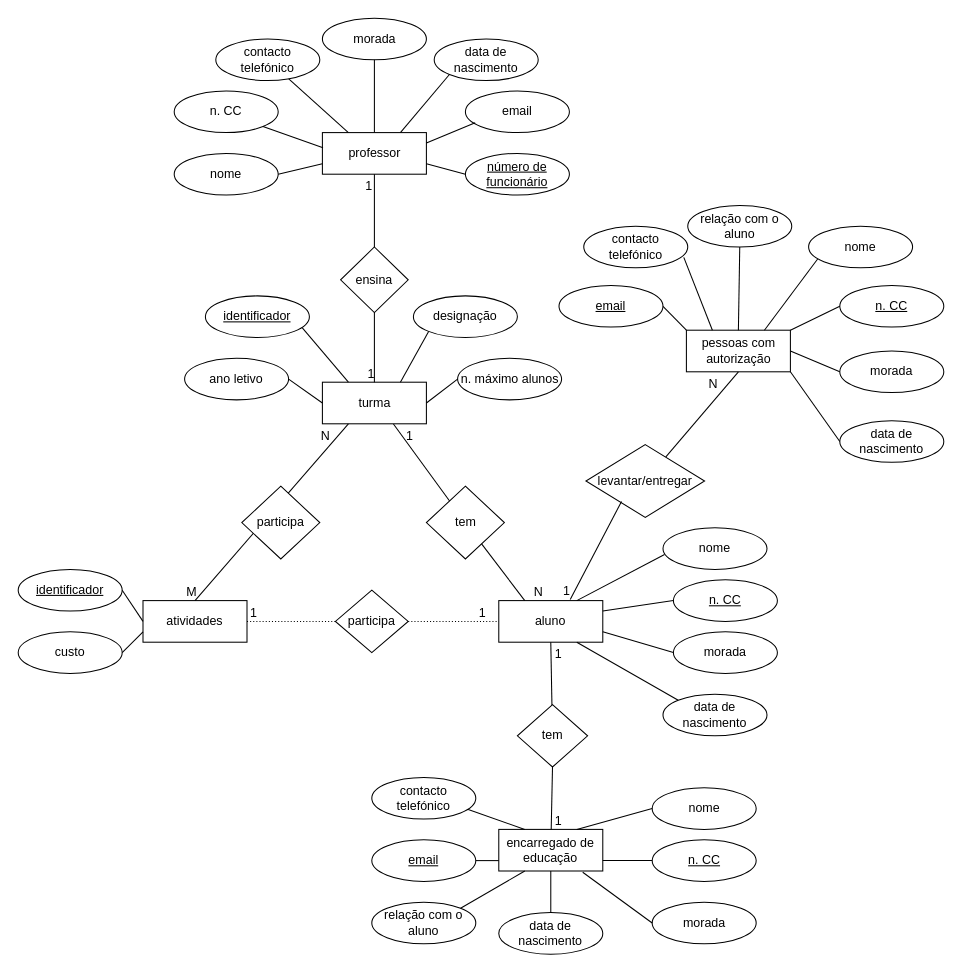
AnaSL-WRK/BD_2023 keeps this draw.io diagram as Lab02/ex04.drawio. Above is the earlier version. Source tidied: cells renumbered, new cells numbered last; positions are measured from the earlier drawing's top-left corner, leaving out a move shared by most shapes. Both pictures are drawn from the tidied source at 104%, with x=0, y=0 at pixel (18, 18).
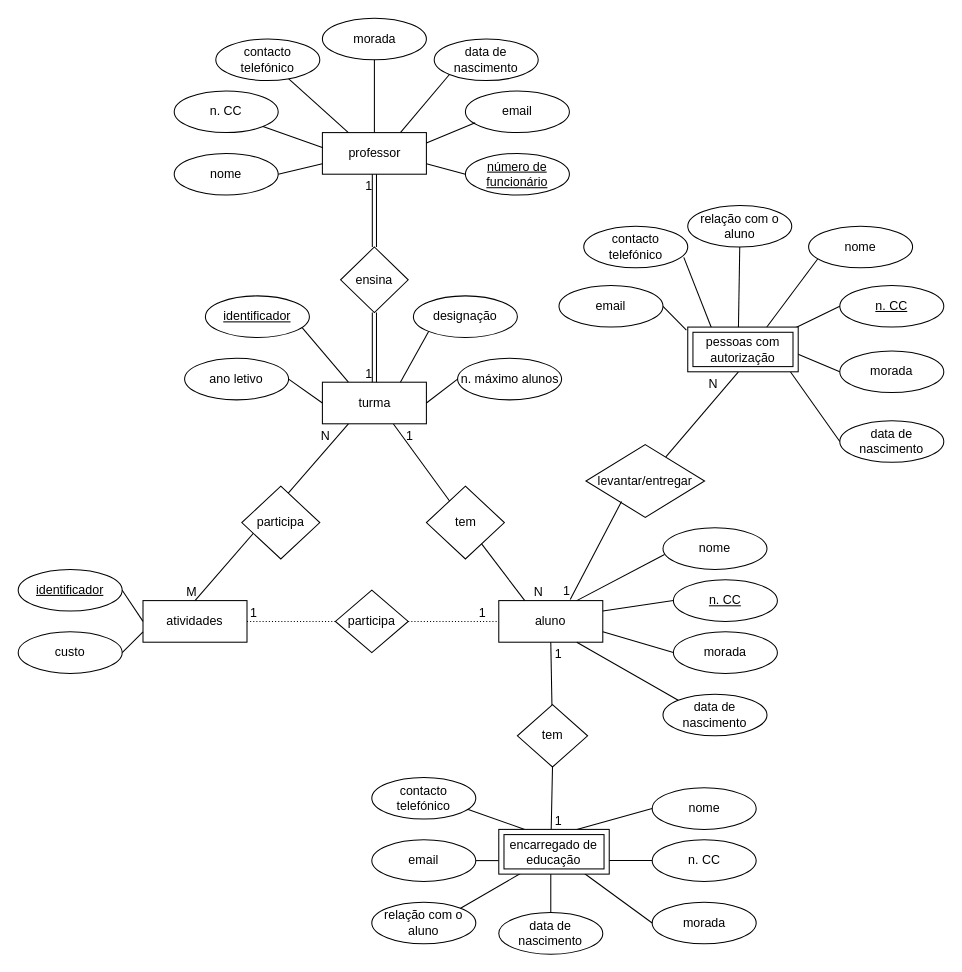
The same diagram, later.

Unchanged cells that the change refers to:
```xml
<mxCell id="2" value="turma" style="whiteSpace=wrap;html=1;align=center;" parent="1" vertex="1">
  <mxGeometry x="292.5" y="350" width="100" height="40" as="geometry" />
</mxCell>
<mxCell id="24" value="morada" style="ellipse;whiteSpace=wrap;html=1;align=center;" parent="1" vertex="1">
  <mxGeometry x="609.6" y="850" width="100" height="40" as="geometry" />
</mxCell>
<mxCell id="25" value="nome" style="ellipse;whiteSpace=wrap;html=1;align=center;" parent="1" vertex="1">
  <mxGeometry x="609.6" y="740" width="100" height="40" as="geometry" />
</mxCell>
<mxCell id="26" value="data de nascimento" style="ellipse;whiteSpace=wrap;html=1;align=center;" parent="1" vertex="1">
  <mxGeometry x="462.1" y="860" width="100" height="40" as="geometry" />
</mxCell>
<mxCell id="35" value="&lt;u&gt;n. CC&lt;/u&gt;" style="ellipse;whiteSpace=wrap;html=1;align=center;" parent="1" vertex="1">
  <mxGeometry x="790" y="257" width="100" height="40" as="geometry" />
</mxCell>
<mxCell id="36" value="morada" style="ellipse;whiteSpace=wrap;html=1;align=center;" parent="1" vertex="1">
  <mxGeometry x="790" y="320" width="100" height="40" as="geometry" />
</mxCell>
<mxCell id="37" value="nome" style="ellipse;whiteSpace=wrap;html=1;align=center;" parent="1" vertex="1">
  <mxGeometry x="760" y="200" width="100" height="40" as="geometry" />
</mxCell>
<mxCell id="38" value="data de nascimento" style="ellipse;whiteSpace=wrap;html=1;align=center;" parent="1" vertex="1">
  <mxGeometry x="790" y="387" width="100" height="40" as="geometry" />
</mxCell>
<mxCell id="47" value="levantar/entregar" style="rhombus;whiteSpace=wrap;html=1;" parent="1" vertex="1">
  <mxGeometry x="545.9" y="410" width="114.1" height="70" as="geometry" />
</mxCell>
<mxCell id="50" value="relação com o aluno" style="ellipse;whiteSpace=wrap;html=1;align=center;" parent="1" vertex="1">
  <mxGeometry x="340" y="850" width="100" height="40" as="geometry" />
</mxCell>
<mxCell id="51" value="relação com o aluno" style="ellipse;whiteSpace=wrap;html=1;align=center;" parent="1" vertex="1">
  <mxGeometry x="643.8" y="180" width="100" height="40" as="geometry" />
</mxCell>
<mxCell id="59" value="professor" style="whiteSpace=wrap;html=1;align=center;" parent="1" vertex="1">
  <mxGeometry x="292.5" y="110" width="100" height="40" as="geometry" />
</mxCell>
<mxCell id="76" value="ensina" style="rhombus;whiteSpace=wrap;html=1;" parent="1" vertex="1">
  <mxGeometry x="310" y="220" width="65" height="63" as="geometry" />
</mxCell>
<mxCell id="83" value="tem" style="rhombus;whiteSpace=wrap;html=1;" parent="1" vertex="1">
  <mxGeometry x="480" y="660" width="67.5" height="60" as="geometry" />
</mxCell>
```

What changed in the source:
```diff
@@
-    <mxCell id="18" value="encarregado de educação" style="whiteSpace=wrap;html=1;align=center;" parent="1" vertex="1">
-      <mxGeometry x="462.1" y="780" width="100" height="40" as="geometry" />
-    </mxCell>
-    <mxCell id="19" style="endArrow=none;html=1;rounded=0;exitX=0.5;exitY=1;exitDx=0;exitDy=0;startArrow=none;" parent="1" edge="1" source="83" target="18">
-      <mxGeometry relative="1" as="geometry" />
+    <mxCell id="19" style="endArrow=none;html=1;rounded=0;exitX=0.5;exitY=1;exitDx=0;exitDy=0;startArrow=none;" parent="1" edge="1" source="83">
+      <mxGeometry relative="1" as="geometry">
+        <mxPoint x="512.5" y="780" as="targetPoint" />
+      </mxGeometry>
     </mxCell>
@@
-    <mxCell id="22" value="&lt;u&gt;email&lt;/u&gt;" style="ellipse;whiteSpace=wrap;html=1;align=center;" parent="1" vertex="1">
+    <mxCell id="22" value="email" style="ellipse;whiteSpace=wrap;html=1;align=center;" parent="1" vertex="1">
       <mxGeometry x="340" y="790" width="100" height="40" as="geometry" />
     </mxCell>
-    <mxCell id="23" value="&lt;u&gt;n. CC&lt;/u&gt;" style="ellipse;whiteSpace=wrap;html=1;align=center;" parent="1" vertex="1">
+    <mxCell id="23" value="n. CC" style="ellipse;whiteSpace=wrap;html=1;align=center;" parent="1" vertex="1">
       <mxGeometry x="609.6" y="790" width="100" height="40" as="geometry" />
     </mxCell>
@@
-    <mxCell id="27" style="endArrow=none;html=1;rounded=0;exitX=0;exitY=0.5;exitDx=0;exitDy=0;entryX=0.75;entryY=0;entryDx=0;entryDy=0;" parent="1" edge="1" source="25" target="18">
-      <mxGeometry relative="1" as="geometry" />
+    <mxCell id="27" style="endArrow=none;html=1;rounded=0;exitX=0;exitY=0.5;exitDx=0;exitDy=0;entryX=0.75;entryY=0;entryDx=0;entryDy=0;" parent="1" edge="1" source="25">
+      <mxGeometry relative="1" as="geometry">
+        <mxPoint x="537.1" y="780" as="targetPoint" />
+      </mxGeometry>
     </mxCell>
-    <mxCell id="28" style="endArrow=none;html=1;rounded=0;exitX=0;exitY=0.5;exitDx=0;exitDy=0;entryX=1;entryY=0.75;entryDx=0;entryDy=0;" parent="1" edge="1" source="23" target="18">
-      <mxGeometry relative="1" as="geometry" />
+    <mxCell id="28" style="endArrow=none;html=1;rounded=0;exitX=0;exitY=0.5;exitDx=0;exitDy=0;entryX=1;entryY=0.75;entryDx=0;entryDy=0;" parent="1" edge="1" source="23">
+      <mxGeometry relative="1" as="geometry">
+        <mxPoint x="562.1" y="810" as="targetPoint" />
+      </mxGeometry>
     </mxCell>
-    <mxCell id="29" style="endArrow=none;html=1;rounded=0;entryX=0;entryY=0.5;entryDx=0;entryDy=0;exitX=0.807;exitY=1.03;exitDx=0;exitDy=0;exitPerimeter=0;" parent="1" edge="1" source="18" target="24">
-      <mxGeometry relative="1" as="geometry" />
+    <mxCell id="29" style="endArrow=none;html=1;rounded=0;entryX=0;entryY=0.5;entryDx=0;entryDy=0;exitX=0.807;exitY=1.03;exitDx=0;exitDy=0;exitPerimeter=0;" parent="1" edge="1" target="24">
+      <mxGeometry relative="1" as="geometry">
+        <mxPoint x="542.8" y="821.2" as="sourcePoint" />
+      </mxGeometry>
     </mxCell>
-    <mxCell id="30" style="endArrow=none;html=1;rounded=0;entryX=0.5;entryY=1;entryDx=0;entryDy=0;" parent="1" edge="1" source="26" target="18">
-      <mxGeometry relative="1" as="geometry" />
+    <mxCell id="30" style="endArrow=none;html=1;rounded=0;entryX=0.5;entryY=1;entryDx=0;entryDy=0;" parent="1" edge="1" source="26">
+      <mxGeometry relative="1" as="geometry">
+        <mxPoint x="512.1" y="820" as="targetPoint" />
+      </mxGeometry>
     </mxCell>
-    <mxCell id="31" style="endArrow=none;html=1;rounded=0;exitX=0.25;exitY=0;exitDx=0;exitDy=0;" parent="1" edge="1" source="18">
+    <mxCell id="31" style="endArrow=none;html=1;rounded=0;exitX=0.25;exitY=0;exitDx=0;exitDy=0;" parent="1" edge="1">
       <mxGeometry relative="1" as="geometry">
+        <mxPoint x="487.1" y="780" as="sourcePoint" />
         <mxPoint x="430" y="760" as="targetPoint" />
       </mxGeometry>
     </mxCell>
-    <mxCell id="32" value="pessoas com autorização" style="whiteSpace=wrap;html=1;align=center;" parent="1" vertex="1">
-      <mxGeometry x="642.5" y="300" width="100" height="40" as="geometry" />
-    </mxCell>
@@
-    <mxCell id="34" value="&lt;u&gt;email&lt;/u&gt;" style="ellipse;whiteSpace=wrap;html=1;align=center;" parent="1" vertex="1">
+    <mxCell id="34" value="email" style="ellipse;whiteSpace=wrap;html=1;align=center;" parent="1" vertex="1">
       <mxGeometry x="520" y="257" width="100" height="40" as="geometry" />
     </mxCell>
@@
-    <mxCell id="39" style="endArrow=none;html=1;rounded=0;exitX=0.087;exitY=0.788;exitDx=0;exitDy=0;entryX=0.75;entryY=0;entryDx=0;entryDy=0;exitPerimeter=0;" parent="1" edge="1" source="37" target="32">
-      <mxGeometry relative="1" as="geometry" />
+    <mxCell id="39" style="endArrow=none;html=1;rounded=0;exitX=0.087;exitY=0.788;exitDx=0;exitDy=0;entryX=0.75;entryY=0;entryDx=0;entryDy=0;exitPerimeter=0;" parent="1" edge="1" source="37">
+      <mxGeometry relative="1" as="geometry">
+        <mxPoint x="717.5" y="300" as="targetPoint" />
+      </mxGeometry>
     </mxCell>
-    <mxCell id="40" style="endArrow=none;html=1;rounded=0;exitX=0;exitY=0.5;exitDx=0;exitDy=0;entryX=1;entryY=0;entryDx=0;entryDy=0;" parent="1" edge="1" source="35" target="32">
-      <mxGeometry relative="1" as="geometry" />
+    <mxCell id="40" style="endArrow=none;html=1;rounded=0;exitX=0;exitY=0.5;exitDx=0;exitDy=0;entryX=1;entryY=0;entryDx=0;entryDy=0;" parent="1" edge="1" source="35">
+      <mxGeometry relative="1" as="geometry">
+        <mxPoint x="742.5" y="300" as="targetPoint" />
+      </mxGeometry>
     </mxCell>
-    <mxCell id="41" style="endArrow=none;html=1;rounded=0;entryX=0;entryY=0.5;entryDx=0;entryDy=0;exitX=1;exitY=0.5;exitDx=0;exitDy=0;" parent="1" edge="1" source="32" target="36">
-      <mxGeometry relative="1" as="geometry" />
+    <mxCell id="41" style="endArrow=none;html=1;rounded=0;entryX=0;entryY=0.5;entryDx=0;entryDy=0;exitX=1;exitY=0.5;exitDx=0;exitDy=0;" parent="1" edge="1" target="36">
+      <mxGeometry relative="1" as="geometry">
+        <mxPoint x="742.5" y="320" as="sourcePoint" />
+      </mxGeometry>
     </mxCell>
-    <mxCell id="42" style="endArrow=none;html=1;rounded=0;exitX=0;exitY=0.5;exitDx=0;exitDy=0;entryX=1;entryY=1;entryDx=0;entryDy=0;" parent="1" edge="1" source="38" target="32">
-      <mxGeometry relative="1" as="geometry" />
+    <mxCell id="42" style="endArrow=none;html=1;rounded=0;exitX=0;exitY=0.5;exitDx=0;exitDy=0;entryX=1;entryY=1;entryDx=0;entryDy=0;" parent="1" edge="1" source="38">
+      <mxGeometry relative="1" as="geometry">
+        <mxPoint x="742.5" y="340" as="targetPoint" />
+      </mxGeometry>
     </mxCell>
-    <mxCell id="43" style="endArrow=none;html=1;rounded=0;exitX=0.25;exitY=0;exitDx=0;exitDy=0;" parent="1" edge="1" source="32">
+    <mxCell id="43" style="endArrow=none;html=1;rounded=0;exitX=0.25;exitY=0;exitDx=0;exitDy=0;" parent="1" edge="1">
       <mxGeometry relative="1" as="geometry">
+        <mxPoint x="667.5" y="300" as="sourcePoint" />
         <mxPoint x="640" y="230" as="targetPoint" />
       </mxGeometry>
     </mxCell>
-    <mxCell id="44" style="endArrow=none;html=1;rounded=0;exitX=0;exitY=0;exitDx=0;exitDy=0;entryX=1;entryY=0.5;entryDx=0;entryDy=0;" parent="1" edge="1" source="32" target="34">
-      <mxGeometry relative="1" as="geometry" />
+    <mxCell id="44" style="endArrow=none;html=1;rounded=0;exitX=0;exitY=0;exitDx=0;exitDy=0;entryX=1;entryY=0.5;entryDx=0;entryDy=0;" parent="1" edge="1" target="34">
+      <mxGeometry relative="1" as="geometry">
+        <mxPoint x="642.5" y="300" as="sourcePoint" />
+      </mxGeometry>
     </mxCell>
-    <mxCell id="45" style="endArrow=none;html=1;rounded=0;entryX=0.5;entryY=1;entryDx=0;entryDy=0;" parent="1" edge="1" source="47" target="32">
-      <mxGeometry relative="1" as="geometry" />
+    <mxCell id="45" style="endArrow=none;html=1;rounded=0;entryX=0.5;entryY=1;entryDx=0;entryDy=0;" parent="1" edge="1" source="47">
+      <mxGeometry relative="1" as="geometry">
+        <mxPoint x="692.5" y="340" as="targetPoint" />
+      </mxGeometry>
     </mxCell>
@@
-    <mxCell id="52" style="endArrow=none;html=1;rounded=0;entryX=0.5;entryY=1;entryDx=0;entryDy=0;exitX=0.5;exitY=0;exitDx=0;exitDy=0;" parent="1" edge="1" source="32" target="51">
-      <mxGeometry relative="1" as="geometry" />
+    <mxCell id="52" style="endArrow=none;html=1;rounded=0;entryX=0.5;entryY=1;entryDx=0;entryDy=0;exitX=0.5;exitY=0;exitDx=0;exitDy=0;" parent="1" edge="1" target="51">
+      <mxGeometry relative="1" as="geometry">
+        <mxPoint x="692.5" y="300" as="sourcePoint" />
+      </mxGeometry>
     </mxCell>
-    <mxCell id="53" style="endArrow=none;html=1;rounded=0;entryX=1;entryY=0.5;entryDx=0;entryDy=0;exitX=0;exitY=0.75;exitDx=0;exitDy=0;" parent="1" edge="1" source="18" target="22">
-      <mxGeometry relative="1" as="geometry" />
+    <mxCell id="53" style="endArrow=none;html=1;rounded=0;entryX=1;entryY=0.5;entryDx=0;entryDy=0;exitX=0;exitY=0.75;exitDx=0;exitDy=0;" parent="1" edge="1" target="22">
+      <mxGeometry relative="1" as="geometry">
+        <mxPoint x="462.1" y="810" as="sourcePoint" />
+      </mxGeometry>
     </mxCell>
@@
-    <mxCell id="74" style="endArrow=none;html=1;rounded=0;entryX=0.5;entryY=1;entryDx=0;entryDy=0;" parent="1" edge="1" source="76" target="59">
-      <mxGeometry relative="1" as="geometry" />
-    </mxCell>
-    <mxCell id="75" value="1" style="html=1;align=right;verticalAlign=bottom;" parent="74" vertex="1">
-      <mxGeometry x="1" relative="1" as="geometry">
-        <mxPoint x="-2" y="20" as="offset" />
-      </mxGeometry>
-    </mxCell>
@@
-    <mxCell id="77" style="endArrow=none;html=1;rounded=0;entryX=0.5;entryY=0;entryDx=0;entryDy=0;exitX=0.5;exitY=1;exitDx=0;exitDy=0;" parent="1" edge="1" source="76" target="2">
-      <mxGeometry relative="1" as="geometry" />
-    </mxCell>
-    <mxCell id="78" value="1" style="html=1;align=right;verticalAlign=bottom;direction=south;" parent="77" vertex="1">
-      <mxGeometry x="1" relative="1" as="geometry" />
-    </mxCell>
-    <mxCell id="79" style="endArrow=none;html=1;rounded=0;exitX=0.25;exitY=1;exitDx=0;exitDy=0;entryX=1;entryY=0;entryDx=0;entryDy=0;" parent="1" edge="1" source="18" target="50">
-      <mxGeometry relative="1" as="geometry" />
+    <mxCell id="79" style="endArrow=none;html=1;rounded=0;exitX=0.25;exitY=1;exitDx=0;exitDy=0;entryX=1;entryY=0;entryDx=0;entryDy=0;" parent="1" edge="1" target="50">
+      <mxGeometry relative="1" as="geometry">
+        <mxPoint x="487.1" y="820" as="sourcePoint" />
+      </mxGeometry>
     </mxCell>
@@
+    <mxCell id="32" value="pessoas com autorização" style="shape=ext;margin=3;double=1;whiteSpace=wrap;html=1;align=center;" parent="1" vertex="1">
+      <mxGeometry x="643.8" y="297" width="106.2" height="43" as="geometry" />
+    </mxCell>
+    <mxCell id="18" value="encarregado de educação" style="shape=ext;margin=3;double=1;whiteSpace=wrap;html=1;align=center;" parent="1" vertex="1">
+      <mxGeometry x="462.1" y="780" width="106.2" height="43" as="geometry" />
+    </mxCell>
+    <mxCell id="77" style="shape=link;html=1;rounded=0;exitX=0.5;exitY=1;exitDx=0;exitDy=0;" parent="1" edge="1" source="76" target="2">
+      <mxGeometry relative="1" as="geometry" />
+    </mxCell>
+    <mxCell id="99" value="1" style="html=1;align=right;verticalAlign=bottom;" parent="77" vertex="1">
+      <mxGeometry x="1" relative="1" as="geometry">
+        <mxPoint x="-2" as="offset" />
+      </mxGeometry>
+    </mxCell>
+    <mxCell id="100" style="shape=link;html=1;rounded=0;exitX=0.5;exitY=1;exitDx=0;exitDy=0;" parent="1" edge="1" source="59" target="76">
+      <mxGeometry relative="1" as="geometry" />
+    </mxCell>
+    <mxCell id="101" value="1" style="html=1;align=right;verticalAlign=bottom;" parent="100" vertex="1">
+      <mxGeometry x="1" relative="1" as="geometry">
+        <mxPoint x="-2" y="-50" as="offset" />
+      </mxGeometry>
+    </mxCell>
```
